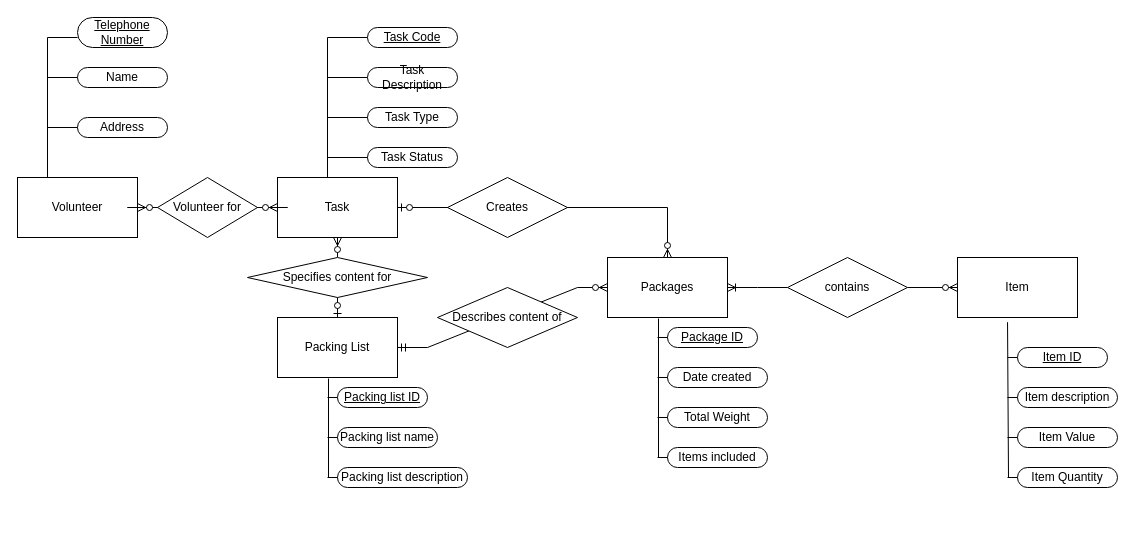
Before: Question1.drawio in LukeYaxley/Database_Project, a draw.io diagram. Source tidied: cells renumbered, new cells numbered last; positions are measured from the earlier drawing's top-left corner, leaving out a move shared by most shapes. Both pictures are drawn from the tidied source at 100%, with x=0, y=0 at pixel (17, 17).
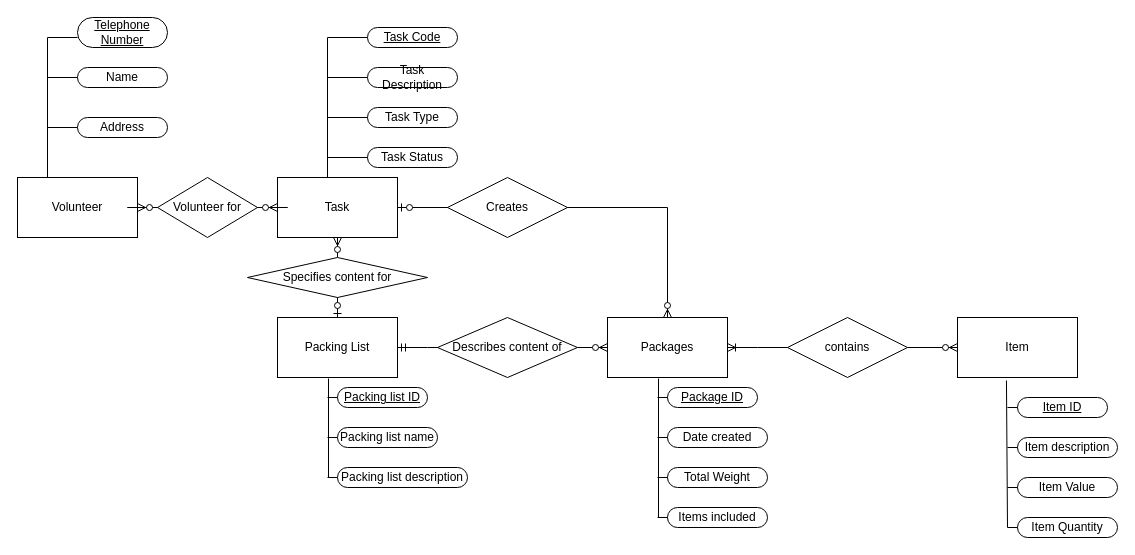
The same diagram, later.

The change refers to these unchanged cells:
```xml
<mxCell id="22" value="Packing List" style="rounded=0;whiteSpace=wrap;html=1;" parent="21" vertex="1">
  <mxGeometry width="120" height="60" as="geometry" />
</mxCell>
<mxCell id="41" value="Packages" style="rounded=0;whiteSpace=wrap;html=1;" parent="40" vertex="1">
  <mxGeometry width="120" height="60" as="geometry" />
</mxCell>
<mxCell id="52" style="group;" parent="51" vertex="1">
  <mxGeometry width="190" height="170" as="geometry" />
</mxCell>
```

Diff of the diagram source:
```diff
@@
+    <mxCell id="55" style="edgeStyle=entityRelationEdgeStyle;fontSize=12;html=1;endArrow=ERzeroToMany;startArrow=ERmandOne;rounded=0;exitX=1;exitY=0.5;exitDx=0;exitDy=0;entryX=0;entryY=0.5;entryDx=0;entryDy=0;" parent="1" edge="1" source="22" target="41">
+      <mxGeometry relative="1" as="geometry" />
+    </mxCell>
@@
     <mxCell id="21" style="group;" parent="1" vertex="1">
-      <mxGeometry x="260" y="300" width="270" height="170" as="geometry" />
+      <mxGeometry x="260" y="300" width="300" height="170" as="geometry" />
     </mxCell>
@@
+    <mxCell id="56" value="Describes content of" style="shape=rhombus;perimeter=rhombusPerimeter;whiteSpace=wrap;html=1;align=center;" parent="21" vertex="1">
+      <mxGeometry x="160" width="140" height="60" as="geometry" />
+    </mxCell>
@@
     <mxCell id="38" style="group;" parent="1" vertex="1">
-      <mxGeometry x="590" y="240" width="190" height="210" as="geometry" />
+      <mxGeometry x="590" y="300" width="190" height="210" as="geometry" />
     </mxCell>
@@
     <mxCell id="51" style="group;" parent="1" vertex="1">
-      <mxGeometry x="770" y="240" width="190" height="210" as="geometry" />
+      <mxGeometry x="770" y="300" width="190" height="210" as="geometry" />
     </mxCell>
@@
-    <mxCell id="53" style="endArrow=none;html=1;rounded=0;entryX=0.417;entryY=1.078;entryDx=0;entryDy=0;entryPerimeter=0;" parent="52" edge="1" target="59">
+    <mxCell id="53" style="endArrow=none;html=1;rounded=0;entryX=0.408;entryY=1.05;entryDx=0;entryDy=0;entryPerimeter=0;" parent="52" edge="1" target="59">
       <mxGeometry relative="1" as="geometry">
-        <mxPoint x="221" y="220" as="sourcePoint" />
+        <mxPoint x="220" y="210" as="sourcePoint" />
       </mxGeometry>
     </mxCell>
@@
-    <mxCell id="55" style="edgeStyle=entityRelationEdgeStyle;fontSize=12;html=1;endArrow=ERzeroToMany;startArrow=ERmandOne;rounded=0;exitX=1;exitY=0.5;exitDx=0;exitDy=0;entryX=0;entryY=0.5;entryDx=0;entryDy=0;" parent="1" edge="1" source="22" target="41">
-      <mxGeometry relative="1" as="geometry" />
-    </mxCell>
-    <mxCell id="56" value="Describes content of" style="shape=rhombus;perimeter=rhombusPerimeter;whiteSpace=wrap;html=1;align=center;" parent="1" vertex="1">
-      <mxGeometry x="420" y="270" width="140" height="60" as="geometry" />
-    </mxCell>
@@
     <mxCell id="59" value="Item" style="rounded=0;whiteSpace=wrap;html=1;" parent="1" vertex="1">
-      <mxGeometry x="940" y="240" width="120" height="60" as="geometry" />
+      <mxGeometry x="940" y="300" width="120" height="60" as="geometry" />
     </mxCell>
     <mxCell id="60" value="&lt;u&gt;Item ID&lt;/u&gt;" style="rounded=1;whiteSpace=wrap;html=1;arcSize=50;" parent="1" vertex="1">
-      <mxGeometry x="1000" y="330" width="90" height="20" as="geometry" />
+      <mxGeometry x="1000" y="380" width="90" height="20" as="geometry" />
     </mxCell>
     <mxCell id="61" value="Item description" style="rounded=1;whiteSpace=wrap;html=1;arcSize=50;" parent="1" vertex="1">
-      <mxGeometry x="1000" y="370" width="100" height="20" as="geometry" />
+      <mxGeometry x="1000" y="420" width="100" height="20" as="geometry" />
     </mxCell>
     <mxCell id="62" value="Item Value" style="rounded=1;whiteSpace=wrap;html=1;arcSize=50;" parent="1" vertex="1">
-      <mxGeometry x="1000" y="410" width="100" height="20" as="geometry" />
+      <mxGeometry x="1000" y="460" width="100" height="20" as="geometry" />
     </mxCell>
     <mxCell id="63" style="endArrow=none;html=1;rounded=0;" parent="1" edge="1">
       <mxGeometry relative="1" as="geometry">
-        <mxPoint x="990" y="420" as="sourcePoint" />
-        <mxPoint x="1000" y="420" as="targetPoint" />
+        <mxPoint x="990" y="470" as="sourcePoint" />
+        <mxPoint x="1000" y="470" as="targetPoint" />
       </mxGeometry>
     </mxCell>
     <mxCell id="64" style="endArrow=none;html=1;rounded=0;entryX=0;entryY=0.5;entryDx=0;entryDy=0;" parent="1" edge="1" target="61">
       <mxGeometry relative="1" as="geometry">
-        <mxPoint x="990" y="380" as="sourcePoint" />
+        <mxPoint x="990" y="430" as="sourcePoint" />
       </mxGeometry>
     </mxCell>
     <mxCell id="65" style="endArrow=none;html=1;rounded=0;entryX=0;entryY=0.5;entryDx=0;entryDy=0;" parent="1" edge="1" target="60">
       <mxGeometry relative="1" as="geometry">
-        <mxPoint x="990" y="340" as="sourcePoint" />
+        <mxPoint x="990" y="390" as="sourcePoint" />
       </mxGeometry>
     </mxCell>
     <mxCell id="66" value="Item Quantity" style="rounded=1;whiteSpace=wrap;html=1;arcSize=50;" parent="1" vertex="1">
-      <mxGeometry x="1000" y="450" width="100" height="20" as="geometry" />
+      <mxGeometry x="1000" y="500" width="100" height="20" as="geometry" />
     </mxCell>
     <mxCell id="67" style="endArrow=none;html=1;rounded=0;exitX=0;exitY=0.5;exitDx=0;exitDy=0;" parent="1" edge="1" source="66">
       <mxGeometry relative="1" as="geometry">
-        <mxPoint x="990" y="460" as="targetPoint" />
+        <mxPoint x="990" y="510" as="targetPoint" />
       </mxGeometry>
     </mxCell>
```
